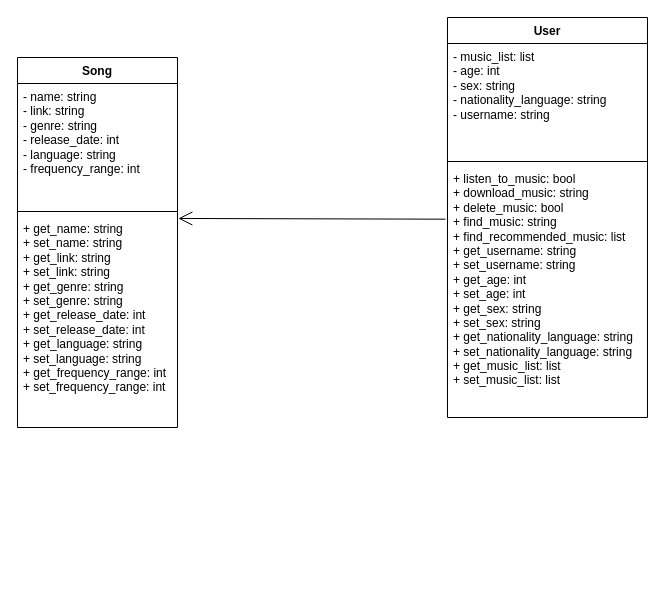
DrVaroZ/Music_Player keeps this draw.io diagram as architecture_diagrams/uml_diagram.drawio. Above is the earlier version. Source tidied: cells renumbered, new cells numbered last; positions are measured from the earlier drawing's top-left corner, leaving out a move shared by most shapes. Both pictures are drawn from the tidied source at 100%, with x=0, y=0 at pixel (17, 17).
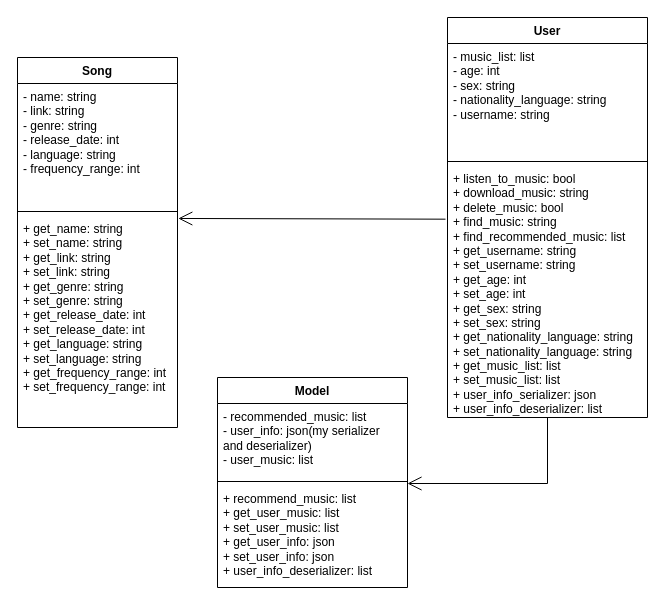
The same page after the edit.

Commit message (it also covers changes not shown here):
modify class diagram

What changed in the source:
```diff
@@
 <mxGraphModel>
   <root>
     <mxCell id="0" />
     <mxCell id="1" parent="0" />
     <mxCell id="2" value="User" style="swimlane;fontStyle=1;align=center;verticalAlign=top;horizontal=1;startSize=26;whiteSpace=wrap;html=1;" parent="1" vertex="1">
       <mxGeometry x="430" width="200" height="400" as="geometry" />
     </mxCell>
     <mxCell id="3" value="- music_list: list&lt;br&gt;- age: int&lt;br&gt;- sex: string&lt;br&gt;- nationality_language: string&lt;br&gt;- username: string" style="text;strokeColor=none;fillColor=none;align=left;verticalAlign=top;spacingLeft=4;spacingRight=4;overflow=hidden;whiteSpace=wrap;html=1;" parent="2" vertex="1">
       <mxGeometry y="26" width="200" height="114" as="geometry" />
     </mxCell>
     <mxCell id="4" style="line;strokeWidth=1;fillColor=none;align=left;verticalAlign=middle;spacingTop=-1;spacingLeft=3;spacingRight=3;labelPosition=right;strokeColor=inherit;" parent="2" vertex="1">
       <mxGeometry y="140" width="200" height="8" as="geometry" />
     </mxCell>
-    <mxCell id="5" value="+ listen_to_music: bool&lt;br&gt;+ download_music: string&lt;br&gt;+ delete_music: bool&lt;br&gt;+ find_music: string&lt;br&gt;+ find_recommended_music: list&lt;br&gt;+ get_username: string&lt;br style=&quot;border-color: var(--border-color);&quot;&gt;+ set_username: string&lt;br style=&quot;border-color: var(--border-color);&quot;&gt;+ get_age: int&lt;br style=&quot;border-color: var(--border-color);&quot;&gt;+ set_age: int&lt;br style=&quot;border-color: var(--border-color);&quot;&gt;+ get_sex: string&lt;br style=&quot;border-color: var(--border-color);&quot;&gt;+ set_sex: string&lt;br style=&quot;border-color: var(--border-color);&quot;&gt;+ get_nationality_language: string&lt;br style=&quot;border-color: var(--border-color);&quot;&gt;+ set_nationality_language: string&lt;br&gt;+ get_music_list: list&lt;br&gt;+ set_music_list: list" style="text;strokeColor=none;fillColor=none;align=left;verticalAlign=top;spacingLeft=4;spacingRight=4;overflow=hidden;points=[[0,0.5],[1,0.5]];portConstraint=eastwest;whiteSpace=wrap;html=1;" parent="2" vertex="1">
+    <mxCell id="5" value="+ listen_to_music: bool&lt;br&gt;+ download_music: string&lt;br&gt;+ delete_music: bool&lt;br&gt;+ find_music: string&lt;br&gt;+ find_recommended_music: list&lt;br&gt;+ get_username: string&lt;br style=&quot;border-color: var(--border-color);&quot;&gt;+ set_username: string&lt;br style=&quot;border-color: var(--border-color);&quot;&gt;+ get_age: int&lt;br style=&quot;border-color: var(--border-color);&quot;&gt;+ set_age: int&lt;br style=&quot;border-color: var(--border-color);&quot;&gt;+ get_sex: string&lt;br style=&quot;border-color: var(--border-color);&quot;&gt;+ set_sex: string&lt;br style=&quot;border-color: var(--border-color);&quot;&gt;+ get_nationality_language: string&lt;br style=&quot;border-color: var(--border-color);&quot;&gt;+ set_nationality_language: string&lt;br&gt;+ get_music_list: list&lt;br&gt;+ set_music_list: list&lt;br&gt;+ user_info_serializer: json&lt;br&gt;+ user_info_deserializer: list" style="text;strokeColor=none;fillColor=none;align=left;verticalAlign=top;spacingLeft=4;spacingRight=4;overflow=hidden;points=[[0,0.5],[1,0.5]];portConstraint=eastwest;whiteSpace=wrap;html=1;" parent="2" vertex="1">
       <mxGeometry y="148" width="200" height="252" as="geometry" />
     </mxCell>
     <mxCell id="6" value="Song" style="swimlane;fontStyle=1;align=center;verticalAlign=top;horizontal=1;startSize=26;whiteSpace=wrap;html=1;" parent="1" vertex="1">
       <mxGeometry y="40" width="160" height="370" as="geometry" />
     </mxCell>
     <mxCell id="7" value="- name: string&lt;br&gt;- link: string&lt;br&gt;- genre: string&lt;br&gt;- release_date: int&lt;br&gt;- language: string&lt;br&gt;- frequency_range: int&lt;br&gt;&amp;nbsp;" style="text;strokeColor=none;fillColor=none;align=left;verticalAlign=top;spacingLeft=4;spacingRight=4;overflow=hidden;whiteSpace=wrap;html=1;" parent="6" vertex="1">
       <mxGeometry y="26" width="160" height="124" as="geometry" />
     </mxCell>
     <mxCell id="8" style="line;strokeWidth=1;fillColor=none;align=left;verticalAlign=middle;spacingTop=-1;spacingLeft=3;spacingRight=3;labelPosition=right;strokeColor=inherit;" parent="6" vertex="1">
       <mxGeometry y="150" width="160" height="8" as="geometry" />
     </mxCell>
     <mxCell id="9" value="+ get_name: string&lt;br&gt;+ set_name: string&lt;br&gt;+ get_link: string&lt;br style=&quot;border-color: var(--border-color);&quot;&gt;+ set_link: string&lt;br&gt;+ get_genre: string&lt;br style=&quot;border-color: var(--border-color);&quot;&gt;+ set_genre: string&lt;br&gt;+ get_release_date: int&lt;br style=&quot;border-color: var(--border-color);&quot;&gt;+ set_release_date: int&lt;br&gt;+ get_language: string&lt;br style=&quot;border-color: var(--border-color);&quot;&gt;+ set_language: string&lt;br&gt;+ get_frequency_range: int&lt;br style=&quot;border-color: var(--border-color);&quot;&gt;+ set_frequency_range: int" style="text;strokeColor=none;fillColor=none;align=left;verticalAlign=top;spacingLeft=4;spacingRight=4;overflow=hidden;points=[[0,0.5],[1,0.5]];portConstraint=eastwest;whiteSpace=wrap;html=1;" parent="6" vertex="1">
       <mxGeometry y="158" width="160" height="212" as="geometry" />
     </mxCell>
     <mxCell id="10" style="endArrow=open;endFill=1;endSize=12;html=1;rounded=0;exitX=-0.01;exitY=0.213;exitDx=0;exitDy=0;exitPerimeter=0;entryX=1.005;entryY=0.014;entryDx=0;entryDy=0;entryPerimeter=0;" parent="1" edge="1" source="5" target="9">
       <mxGeometry relative="1" as="geometry" />
     </mxCell>
+    <mxCell id="11" value="Model" style="swimlane;fontStyle=1;align=center;verticalAlign=top;horizontal=1;startSize=26;whiteSpace=wrap;html=1;" parent="1" vertex="1">
+      <mxGeometry x="200" y="360" width="190" height="210" as="geometry" />
+    </mxCell>
+    <mxCell id="12" value="- recommended_music: list&lt;br&gt;- user_info: json(my serializer and deserializer)&lt;br&gt;- user_music: list" style="text;strokeColor=none;fillColor=none;align=left;verticalAlign=top;spacingLeft=4;spacingRight=4;overflow=hidden;whiteSpace=wrap;html=1;" parent="11" vertex="1">
+      <mxGeometry y="26" width="190" height="74" as="geometry" />
+    </mxCell>
+    <mxCell id="13" style="line;strokeWidth=1;fillColor=none;align=left;verticalAlign=middle;spacingTop=-1;spacingLeft=3;spacingRight=3;labelPosition=right;strokeColor=inherit;" parent="11" vertex="1">
+      <mxGeometry y="100" width="190" height="8" as="geometry" />
+    </mxCell>
+    <mxCell id="14" value="+ recommend_music: list&lt;br&gt;+ get_user_music: list&lt;br&gt;+ set_user_music: list&lt;br&gt;+ get_user_info: json&lt;br&gt;+ set_user_info: json&lt;br&gt;+ user_info_deserializer: list" style="text;strokeColor=none;fillColor=none;align=left;verticalAlign=top;spacingLeft=4;spacingRight=4;overflow=hidden;whiteSpace=wrap;html=1;" parent="11" vertex="1">
+      <mxGeometry y="108" width="190" height="102" as="geometry" />
+    </mxCell>
+    <mxCell id="15" style="endArrow=open;endFill=1;endSize=12;html=1;rounded=0;exitX=0.5;exitY=1;exitDx=0;exitDy=0;exitPerimeter=0;" parent="1" edge="1" source="5">
+      <mxGeometry relative="1" as="geometry">
+        <mxPoint x="390" y="466" as="targetPoint" />
+        <Array as="points">
+          <mxPoint x="530" y="466" />
+        </Array>
+      </mxGeometry>
+    </mxCell>
   </root>
 </mxGraphModel>
```
